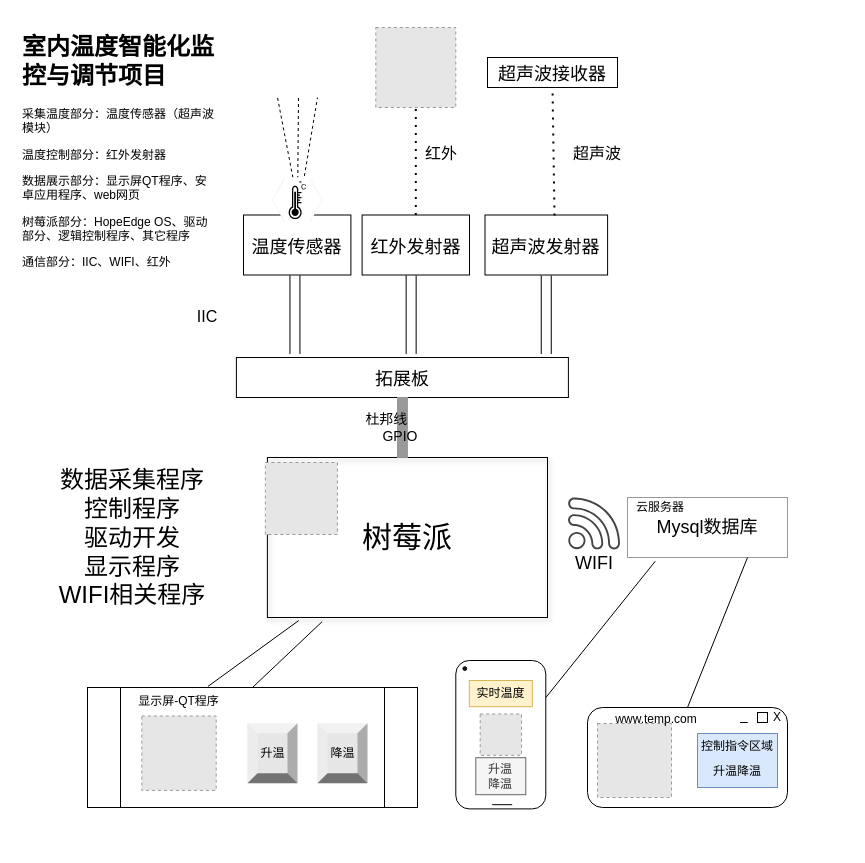
This is file_dir/室内温度智能化监控与调节项目.drawio from voyagerhui/diagrams_files, a draw.io file, before an edit. Source tidied: cells renumbered, new cells numbered last; positions are measured from the earlier drawing's top-left corner, leaving out a move shared by most shapes. Both pictures are drawn from the tidied source at 100%, with x=0, y=0 at pixel (17, 27). Pictures stored in the file or linked from it are replaced by grey dashed boxes.
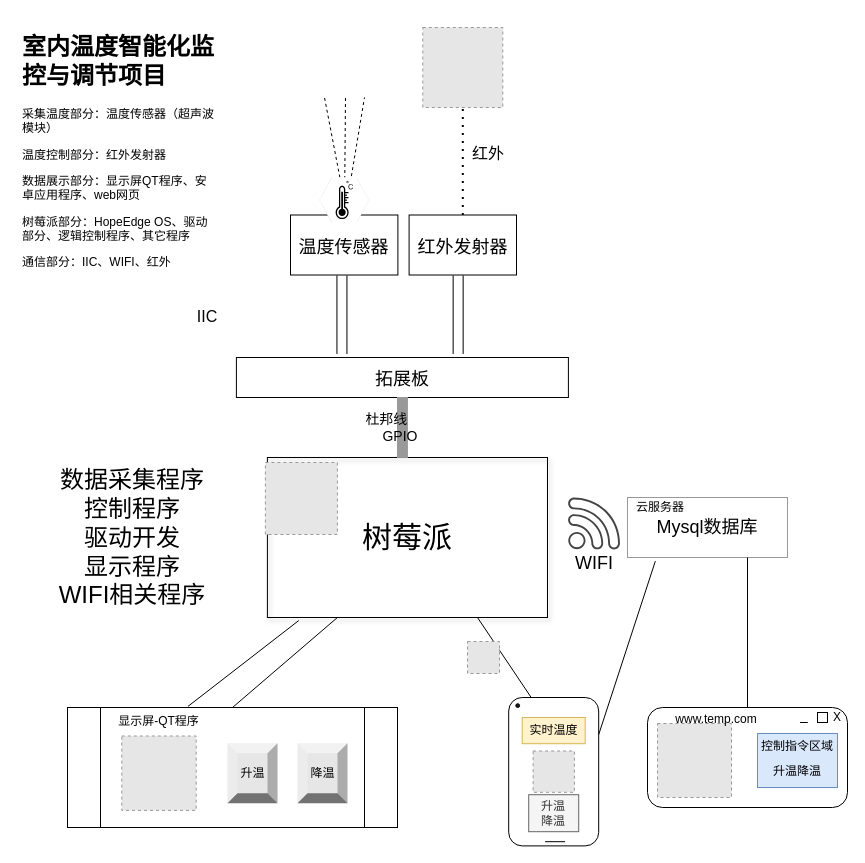
The same diagram, later.

Commit message:
更新室内温度智能化监控与调节项目.drawio

Unchanged cells that the change refers to:
```xml
<mxCell id="3" value="&lt;font style=&quot;font-size: 30px&quot;&gt;树莓派&lt;/font&gt;" style="rounded=0;whiteSpace=wrap;html=1;fontSize=24;fillColor=none;shadow=1;" parent="1" vertex="1">
  <mxGeometry x="249.9" y="430" width="280.1" height="160" as="geometry" />
</mxCell>
<mxCell id="10" style="rounded=1;whiteSpace=wrap;html=1;fontSize=12;rotation=90;" parent="9" vertex="1">
  <mxGeometry x="-29.2" y="29.2" width="148.4" height="90" as="geometry" />
</mxCell>
<mxCell id="17" style="shape=process;whiteSpace=wrap;html=1;backgroundOutline=1;fillColor=none;fontSize=12;" parent="16" vertex="1">
  <mxGeometry width="330" height="120" as="geometry" />
</mxCell>
<mxCell id="49" style="verticalLabelPosition=bottom;html=1;verticalAlign=top;align=center;points=[[0,0.5,0],[0.125,0.25,0],[0.25,0,0],[0.5,0,0],[0.75,0,0],[0.875,0.25,0],[1,0.5,0],[0.875,0.75,0],[0.75,1,0],[0.5,1,0],[0.125,0.75,0]];shape=mxgraph.cisco_safe.compositeIcon;bgIcon=mxgraph.cisco_safe.design.blank_device;resIcon=mxgraph.cisco_safe.design.sensor;shadow=0;fontSize=12;" parent="45" vertex="1">
  <mxGeometry y="80" width="50" height="45" as="geometry" />
</mxCell>
```

Diff of the diagram source:
```diff
@@
     <mxCell id="5" value="&lt;font style=&quot;font-size: 18px&quot;&gt;温度传感器&lt;/font&gt;" style="rounded=0;whiteSpace=wrap;html=1;fontSize=24;" parent="1" vertex="1">
-      <mxGeometry x="226" y="187.5" width="107.4" height="60" as="geometry" />
+      <mxGeometry x="273" y="187.5" width="107.4" height="60" as="geometry" />
     </mxCell>
     <mxCell id="6" style="shape=partialRectangle;whiteSpace=wrap;html=1;left=0;right=0;fillColor=none;fontSize=24;rotation=90;" parent="1" vertex="1">
-      <mxGeometry x="238.7" y="282.2" width="77.5" height="10" as="geometry" />
+      <mxGeometry x="285.7" y="282.2" width="77.5" height="10" as="geometry" />
     </mxCell>
@@
-    <mxCell id="8" value="&lt;font style=&quot;font-size: 18px&quot;&gt;超声波发射器&lt;/font&gt;" style="rounded=0;whiteSpace=wrap;html=1;fontSize=24;" parent="1" vertex="1">
-      <mxGeometry x="467.5" y="187.5" width="122.6" height="60" as="geometry" />
-    </mxCell>
     <mxCell id="9" style="group;" parent="1" vertex="1">
-      <mxGeometry x="438.3" y="633" width="98.8" height="148.4" as="geometry" />
+      <mxGeometry x="491.2" y="670" width="98.8" height="148.4" as="geometry" />
     </mxCell>
@@
     <mxCell id="16" style="group;fontSize=14;" parent="1" vertex="1">
-      <mxGeometry x="70" y="660" width="330" height="120" as="geometry" />
+      <mxGeometry x="50" y="680" width="330" height="120" as="geometry" />
     </mxCell>
@@
     <mxCell id="25" value="&lt;font style=&quot;font-size: 18px&quot;&gt;红外发射器&lt;/font&gt;" style="rounded=0;whiteSpace=wrap;html=1;fontSize=24;" parent="1" vertex="1">
-      <mxGeometry x="344.6" y="187.5" width="107.4" height="60" as="geometry" />
+      <mxGeometry x="391.6" y="187.5" width="107.4" height="60" as="geometry" />
     </mxCell>
     <mxCell id="26" style="shape=partialRectangle;whiteSpace=wrap;html=1;left=0;right=0;fillColor=none;fontSize=24;rotation=90;" parent="1" vertex="1">
-      <mxGeometry x="354.9" y="282.2" width="77.5" height="10" as="geometry" />
+      <mxGeometry x="401.9" y="282.2" width="77.5" height="10" as="geometry" />
     </mxCell>
-    <mxCell id="27" style="shape=partialRectangle;whiteSpace=wrap;html=1;left=0;right=0;fillColor=none;fontSize=24;rotation=90;" parent="1" vertex="1">
-      <mxGeometry x="490" y="282.2" width="77.5" height="10" as="geometry" />
-    </mxCell>
     <mxCell id="28" style="fillColor=#E6E6E6;strokeColor=#999999;dashed=1;html=1;verticalAlign=top;verticalLabelPosition=bottom;labelBackgroundColor=#ffffff;fontSize=12;" parent="1" vertex="1">
-      <mxGeometry x="358.3" width="80" height="80" as="geometry" />
+      <mxGeometry x="405.3" width="80" height="80" as="geometry" />
     </mxCell>
@@
     <mxCell id="30" value="&lt;font style=&quot;font-size: 16px&quot;&gt;红外&lt;/font&gt;" style="text;html=1;strokeColor=none;fillColor=none;align=center;verticalAlign=middle;whiteSpace=wrap;rounded=0;fontSize=24;" parent="1" vertex="1">
-      <mxGeometry x="398.3" y="110" width="51.7" height="28" as="geometry" />
+      <mxGeometry x="445.3" y="110" width="51.7" height="28" as="geometry" />
     </mxCell>
-    <mxCell id="31" style="endArrow=none;dashed=1;html=1;dashPattern=1 3;strokeWidth=2;fontSize=12;entryX=0.5;entryY=1;entryDx=0;entryDy=0;" parent="1" edge="1" target="33">
-      <mxGeometry relative="1" as="geometry">
-        <mxPoint x="537" y="188" as="sourcePoint" />
-      </mxGeometry>
-    </mxCell>
-    <mxCell id="32" value="&lt;font style=&quot;font-size: 16px&quot;&gt;超声波&lt;/font&gt;" style="text;html=1;strokeColor=none;fillColor=none;align=center;verticalAlign=middle;whiteSpace=wrap;rounded=0;fontSize=24;" parent="1" vertex="1">
-      <mxGeometry x="540" y="110" width="80" height="28" as="geometry" />
-    </mxCell>
-    <mxCell id="33" value="&lt;font style=&quot;font-size: 18px&quot;&gt;超声波接收器&lt;/font&gt;" style="rounded=0;whiteSpace=wrap;html=1;fontSize=24;" parent="1" vertex="1">
-      <mxGeometry x="470" y="30" width="130" height="30" as="geometry" />
-    </mxCell>
@@
-    <mxCell id="40" style="endArrow=none;html=1;fontSize=24;exitX=0.5;exitY=0;exitDx=0;exitDy=0;entryX=0.112;entryY=1.019;entryDx=0;entryDy=0;entryPerimeter=0;" parent="1" edge="1" source="17">
-      <mxGeometry relative="1" as="geometry">
-        <mxPoint x="304.7" y="594.1" as="targetPoint" />
-      </mxGeometry>
+    <mxCell id="40" style="endArrow=none;html=1;fontSize=24;exitX=0.5;exitY=0;exitDx=0;exitDy=0;entryX=0.25;entryY=1;entryDx=0;entryDy=0;" parent="1" edge="1" source="17" target="3">
+      <mxGeometry relative="1" as="geometry" />
     </mxCell>
@@
     <mxCell id="44" style="endArrow=none;dashed=1;html=1;" parent="1" edge="1" target="49">
       <mxGeometry relative="1" as="geometry">
-        <mxPoint x="280" y="187.5" as="sourcePoint" />
+        <mxPoint x="327" y="187.5" as="sourcePoint" />
       </mxGeometry>
     </mxCell>
     <mxCell id="45" style="group;" parent="1" vertex="1">
-      <mxGeometry x="254.7" y="70" width="50" height="125" as="geometry" />
+      <mxGeometry x="301.7" y="70" width="50" height="125" as="geometry" />
     </mxCell>
@@
     <mxCell id="50" style="group;" parent="1" vertex="1">
-      <mxGeometry x="570" y="680" width="200" height="100" as="geometry" />
+      <mxGeometry x="630" y="680" width="200" height="100" as="geometry" />
     </mxCell>
@@
+    <mxCell id="58" style="endArrow=none;html=1;entryX=0;entryY=0.75;entryDx=0;entryDy=0;exitX=0.75;exitY=1;exitDx=0;exitDy=0;" parent="1" edge="1" source="3" target="10">
+      <mxGeometry relative="1" as="geometry" />
+    </mxCell>
+    <mxCell id="59" style="fillColor=#E6E6E6;strokeColor=#999999;dashed=1;html=1;verticalAlign=top;verticalLabelPosition=bottom;labelBackgroundColor=#ffffff;" parent="1" vertex="1">
+      <mxGeometry x="450" y="614" width="32" height="32" as="geometry" />
+    </mxCell>
```
